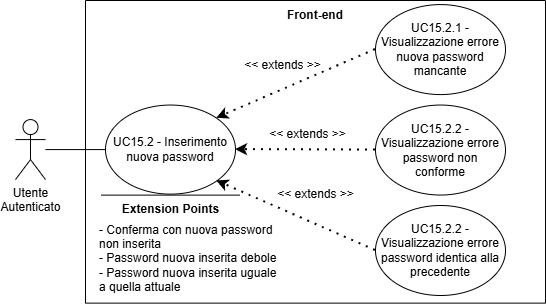
This is assets/diagrams/UC15_2.png from SkarabGroup/DocumentazioneProgetto, a draw.io export, as it was before one commit. Source tidied: cells renumbered, new cells last; positions are measured from the earlier drawing's top-left corner, leaving out a move shared by most shapes.
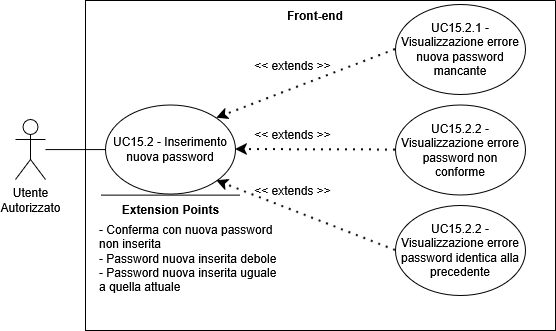
Above is the later version.

Diff of the diagram source:
```diff
@@ -3,40 +3,40 @@
     <mxCell id="0" />
     <mxCell id="1" parent="0" />
     <mxCell id="2" style="swimlane;startSize=0;strokeColor=default;" parent="1" vertex="1">
-      <mxGeometry x="70" width="460" height="302.6" as="geometry" />
+      <mxGeometry x="70" width="470" height="330" as="geometry" />
     </mxCell>
     <mxCell id="3" value="Front-end" style="text;html=1;whiteSpace=wrap;strokeColor=none;fillColor=none;align=center;verticalAlign=middle;rounded=0;perimeterSpacing=1;fontStyle=1;" parent="2" vertex="1">
       <mxGeometry x="190" width="80" height="30" as="geometry" />
     </mxCell>
-    <mxCell id="4" value="&lt;div&gt;Utente&lt;/div&gt;&lt;div&gt;Autenticato&lt;/div&gt;" style="shape=umlActor;verticalLabelPosition=bottom;verticalAlign=top;html=1;outlineConnect=0;" parent="2" vertex="1">
+    <mxCell id="4" value="&lt;div&gt;Utente&lt;/div&gt;&lt;div&gt;Autorizzato&lt;/div&gt;" style="shape=umlActor;verticalLabelPosition=bottom;verticalAlign=top;html=1;outlineConnect=0;" parent="2" vertex="1">
       <mxGeometry x="-70" y="119.1" width="30" height="60" as="geometry" />
     </mxCell>
     <mxCell id="5" value="UC15.2 - Inserimento nuova password" style="ellipse;whiteSpace=wrap;html=1;" parent="2" vertex="1">
       <mxGeometry x="20" y="104.5" width="130" height="89.1" as="geometry" />
     </mxCell>
     <mxCell id="6" value="UC15.2.1 - Visualizzazione errore nuova password mancante" style="ellipse;whiteSpace=wrap;html=1;" parent="2" vertex="1">
-      <mxGeometry x="290" y="4.1" width="130" height="90" as="geometry" />
+      <mxGeometry x="310" y="4.1" width="130" height="90" as="geometry" />
     </mxCell>
     <mxCell id="7" style="endArrow=classic;dashed=1;html=1;dashPattern=1 3;strokeWidth=2;rounded=0;strokeColor=default;curved=0;endFill=1;endSize=6;exitX=0;exitY=0.5;exitDx=0;exitDy=0;entryX=1;entryY=0;entryDx=0;entryDy=0;" parent="2" edge="1" source="6" target="5">
       <mxGeometry relative="1" as="geometry" />
     </mxCell>
     <mxCell id="8" value="&amp;lt;&amp;lt; extends &amp;gt;&amp;gt;" style="text;html=1;whiteSpace=wrap;strokeColor=none;fillColor=none;align=center;verticalAlign=middle;rounded=0;" parent="2" vertex="1">
-      <mxGeometry x="175" y="119.1" width="95" height="30" as="geometry" />
+      <mxGeometry x="160" y="119.1" width="95" height="30" as="geometry" />
     </mxCell>
     <mxCell id="9" value="UC15.2.2 - Visualizzazione errore password non&lt;div&gt;conforme&lt;/div&gt;" style="ellipse;whiteSpace=wrap;html=1;" parent="2" vertex="1">
-      <mxGeometry x="290" y="104.5" width="130" height="90" as="geometry" />
+      <mxGeometry x="310" y="104.5" width="130" height="90" as="geometry" />
     </mxCell>
     <mxCell id="10" style="endArrow=classic;dashed=1;html=1;dashPattern=1 3;strokeWidth=2;rounded=0;entryX=1;entryY=0.5;entryDx=0;entryDy=0;strokeColor=default;curved=0;endFill=1;endSize=6;exitX=0;exitY=0.5;exitDx=0;exitDy=0;" parent="2" edge="1" source="9" target="5">
       <mxGeometry relative="1" as="geometry" />
     </mxCell>
     <mxCell id="11" value="&amp;lt;&amp;lt; extends &amp;gt;&amp;gt;" style="text;html=1;whiteSpace=wrap;strokeColor=none;fillColor=none;align=center;verticalAlign=middle;rounded=0;" parent="2" vertex="1">
-      <mxGeometry x="150" y="50" width="95" height="30" as="geometry" />
+      <mxGeometry x="160" y="50" width="95" height="30" as="geometry" />
     </mxCell>
     <mxCell id="12" style="endArrow=none;html=1;rounded=0;entryX=0;entryY=0.5;entryDx=0;entryDy=0;" parent="2" edge="1" source="4" target="5">
       <mxGeometry relative="1" as="geometry" />
     </mxCell>
     <mxCell id="13" value="&amp;lt;&amp;lt; extends &amp;gt;&amp;gt;" style="text;html=1;whiteSpace=wrap;strokeColor=none;fillColor=none;align=center;verticalAlign=middle;rounded=0;" parent="2" vertex="1">
-      <mxGeometry x="182.5" y="179.1" width="95" height="30" as="geometry" />
+      <mxGeometry x="160" y="174.5" width="95" height="30" as="geometry" />
     </mxCell>
     <mxCell id="14" style="endArrow=none;html=1;rounded=0;" parent="2" edge="1">
       <mxGeometry relative="1" as="geometry">
@@ -50,10 +50,10 @@
     <mxCell id="16" value="- Conferma con nuova password non inserita&lt;div&gt;- Password nuova inserita debole&lt;/div&gt;&lt;div&gt;- Password nuova inserita uguale a quella attuale&lt;/div&gt;" style="text;html=1;whiteSpace=wrap;strokeColor=none;fillColor=none;align=left;verticalAlign=middle;rounded=0;" parent="2" vertex="1">
       <mxGeometry x="11.5" y="212.6" width="188.5" height="90" as="geometry" />
     </mxCell>
-    <mxCell id="17" value="UC15.2.2 - Visualizzazione errore password identica alla precedente" style="ellipse;whiteSpace=wrap;html=1;strokeWidth=1;fontSize=12;" parent="1" vertex="1">
-      <mxGeometry x="360" y="205" width="130" height="90" as="geometry" />
+    <mxCell id="17" value="UC15.2.2 - Visualizzazione errore password identica alla precedente" style="ellipse;whiteSpace=wrap;html=1;strokeWidth=1;fontSize=12;" parent="2" vertex="1">
+      <mxGeometry x="310" y="205" width="130" height="90" as="geometry" />
     </mxCell>
-    <mxCell id="18" style="endArrow=classic;dashed=1;html=1;dashPattern=1 3;strokeWidth=2;rounded=0;entryX=1;entryY=1;entryDx=0;entryDy=0;exitX=0;exitY=0.5;exitDx=0;exitDy=0;strokeColor=default;curved=0;endFill=1;endSize=6;" parent="1" edge="1" source="17" target="5">
+    <mxCell id="18" style="endArrow=classic;dashed=1;html=1;dashPattern=1 3;strokeWidth=2;rounded=0;entryX=1;entryY=1;entryDx=0;entryDy=0;exitX=0;exitY=0.5;exitDx=0;exitDy=0;strokeColor=default;curved=0;endFill=1;endSize=6;" parent="2" edge="1" source="17" target="5">
       <mxGeometry relative="1" as="geometry" />
     </mxCell>
   </root>
```
